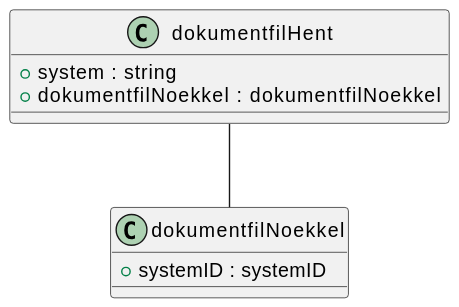
This is Dokumentasjon/V1/SchemaModels/no/ks/fiks/arkiv/v1/innsyn/dokumentfil/hent-relations.svg from ks-no/fiks-arkiv-specification, a PlantUML export, as it was before one commit. The source it was exported from:
```plantuml
@startuml
class dokumentfilHent {
    +system : string
    +dokumentfilNoekkel : dokumentfilNoekkel
}
dokumentfilHent -- dokumentfilNoekkel
class dokumentfilNoekkel {
    +systemID : systemID
}
@enduml
```
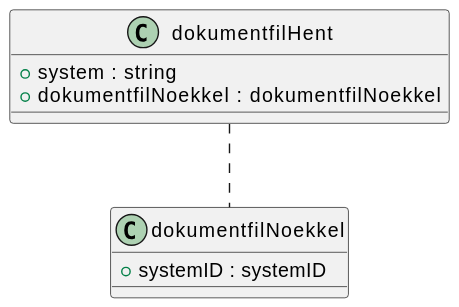
The same file after the commit.

What changed in the source:
```diff
@@ -1,10 +1,5 @@
 @startuml
-class dokumentfilHent {
-    +system : string
-    +dokumentfilNoekkel : dokumentfilNoekkel
-}
-dokumentfilHent -- dokumentfilNoekkel
-class dokumentfilNoekkel {
-    +systemID : systemID
-}
+!include hent.pu
+
+dokumentfilHent .. dokumentfilNoekkel
 @enduml
```
